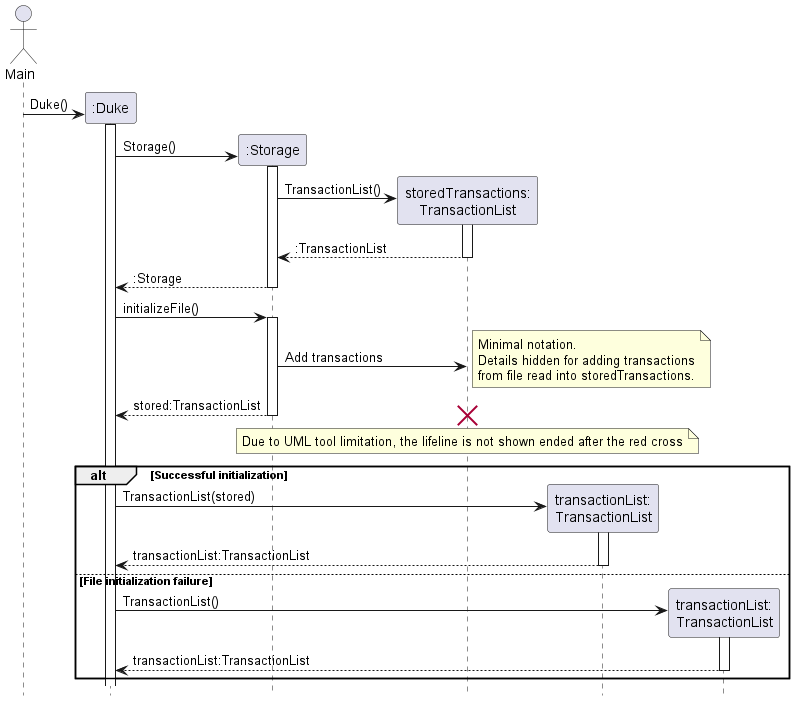
Above: docs/images/TransactionListSequenceDiagram.png in nus-cs2113-AY2223S1/tp (PlantUML), before the change.
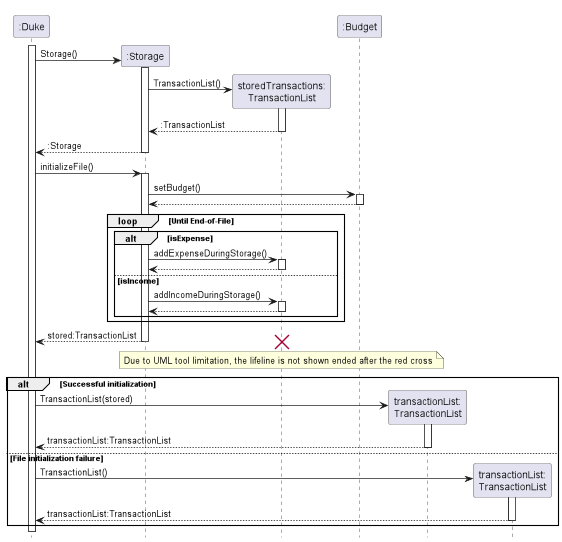
After the commit.

Commit message:
Update data component in developer guide for budget class

The edit, as a diff of the source:
```diff
@@ -2,15 +2,15 @@
 !include Style.puml
 
 
-actor Main
 Participant ":Duke" as duke
 Participant ":Storage" as storage
 Participant "storedTransactions:\nTransactionList" as storedList
+Participant ":Budget" as budget
 Participant "transactionList:\nTransactionList" as transactionList
 Participant "transactionList:\nTransactionList" as emptyTransactionList
 
-create duke
-Main -> duke:Duke()
+
+
 activate duke
     create storage
     duke -> storage:Storage()
@@ -23,12 +23,21 @@
 
     duke -> storage:initializeFile()
     activate storage
-        storage -> storedList:Add transactions
-        note right
-        Minimal notation.
-        Details hidden for adding transactions
-        from file read into storedTransactions.
-        end note
+        storage -> budget:setBudget()
+        activate budget
+        return
+        loop Until End-of-File
+            alt isExpense
+                storage -> storedList:addExpenseDuringStorage()
+                activate storedList
+                return
+            else isIncome
+                storage -> storedList:addIncomeDuringStorage()
+                activate storedList
+                return
+            end
+        end
+
     return stored:TransactionList
 
     destroy storedList
@@ -48,11 +57,4 @@
         return transactionList:TransactionList
 
     end
-
-
-
-
-
-
-
 @enduml
```
